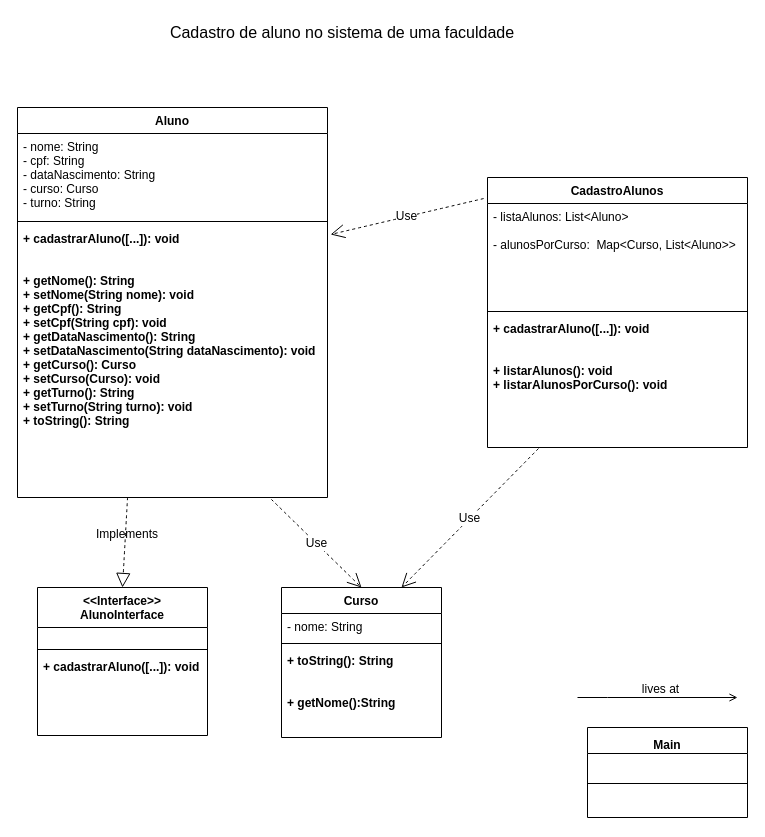
The draw.io diagram Untitled Diagram.drawio in Ju300/teste, before the edit. Source tidied: cells renumbered, new cells numbered last; positions are measured from the earlier drawing's top-left corner, leaving out a move shared by most shapes. Both pictures are drawn from the tidied source at 100%, with x=0, y=0 at pixel (17, 17).
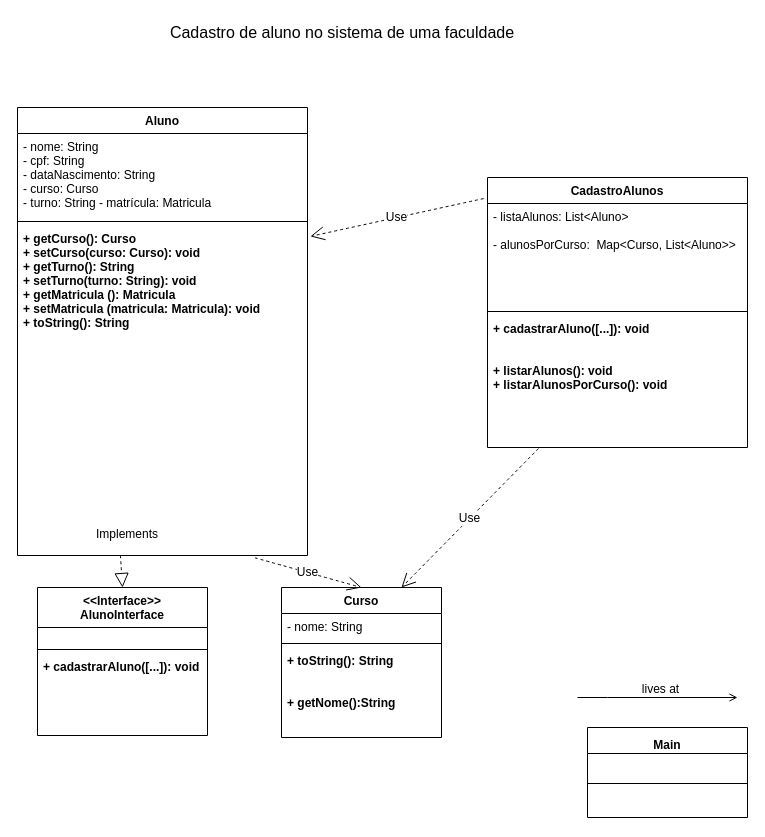
Above is the later version.

What changed in the source:
```diff
@@
     <mxCell id="2" value="Aluno" style="swimlane;fontStyle=1;align=center;verticalAlign=top;horizontal=1;startSize=26;rounded=0;shadow=0;strokeWidth=1;" parent="1" vertex="1">
-      <mxGeometry y="90" width="310" height="390" as="geometry" />
+      <mxGeometry y="90" width="290" height="448" as="geometry" />
     </mxCell>
-    <mxCell id="3" value="- nome: String&#10;- cpf: String&#10;- dataNascimento: String &#10;- curso: Curso&#10;- turno: String " style="text;align=left;verticalAlign=top;spacingLeft=4;spacingRight=4;overflow=hidden;rounded=0;shadow=0;html=0;" parent="2" vertex="1">
-      <mxGeometry y="26" width="310" height="84" as="geometry" />
+    <mxCell id="3" value="- nome: String&#10;- cpf: String&#10;- dataNascimento: String &#10;- curso: Curso&#10;- turno: String - matrícula: Matricula" style="text;align=left;verticalAlign=top;spacingLeft=4;spacingRight=4;overflow=hidden;rounded=0;shadow=0;html=0;" parent="2" vertex="1">
+      <mxGeometry y="26" width="290" height="84" as="geometry" />
     </mxCell>
     <mxCell id="4" style="line;html=1;strokeWidth=1;align=left;verticalAlign=middle;spacingTop=-1;spacingLeft=3;spacingRight=3;labelPosition=right;" parent="2" vertex="1">
-      <mxGeometry y="110" width="310" height="8" as="geometry" />
+      <mxGeometry y="110" width="290" height="8" as="geometry" />
     </mxCell>
-    <mxCell id="5" value="+ cadastrarAluno([...]): void&#10;&#10;&#10;+ getNome(): String &#10;+ setNome(String nome): void&#10;+ getCpf(): String &#10;+ setCpf(String cpf): void&#10;+ getDataNascimento(): String&#10;+ setDataNascimento(String dataNascimento): void&#10;+ getCurso(): Curso&#10;+ setCurso(Curso): void&#10;+ getTurno(): String&#10;+ setTurno(String turno): void&#10;+ toString(): String&#10;" style="text;align=left;verticalAlign=top;spacingLeft=4;spacingRight=4;overflow=hidden;points=[[0,0.5],[1,0.5]];portConstraint=eastwest;fontStyle=1;" parent="2" vertex="1">
-      <mxGeometry y="118" width="310" height="272" as="geometry" />
+    <mxCell id="5" value="+ getCurso(): Curso&#10;+ setCurso(curso: Curso): void&#10;+ getTurno(): String&#10;+ setTurno(turno: String): void&#10;+ getMatricula (): Matricula&#10;+ setMatricula (matricula: Matricula): void&#10;+ toString(): String&#10;" style="text;align=left;verticalAlign=top;spacingLeft=4;spacingRight=4;overflow=hidden;points=[[0,0.5],[1,0.5]];portConstraint=eastwest;fontStyle=1;" parent="2" vertex="1">
+      <mxGeometry y="118" width="290" height="330" as="geometry" />
     </mxCell>
```
